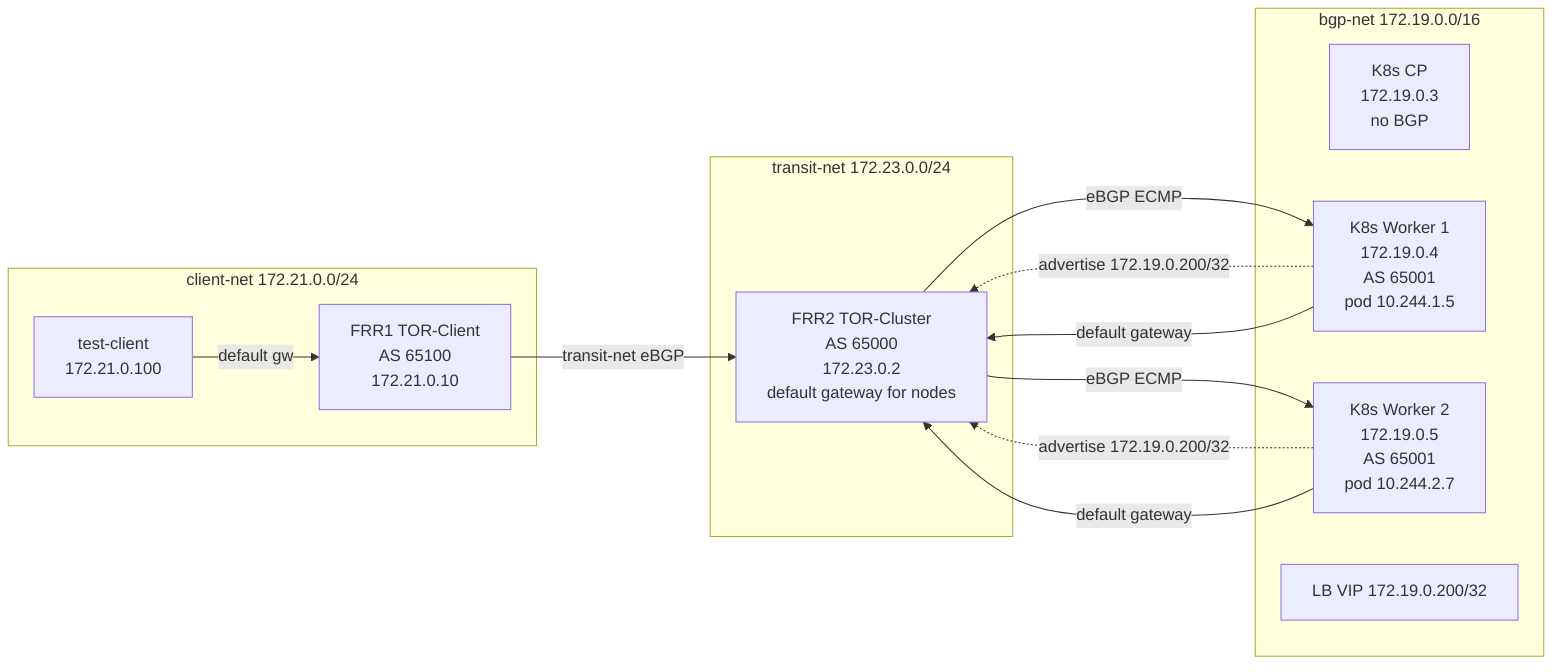
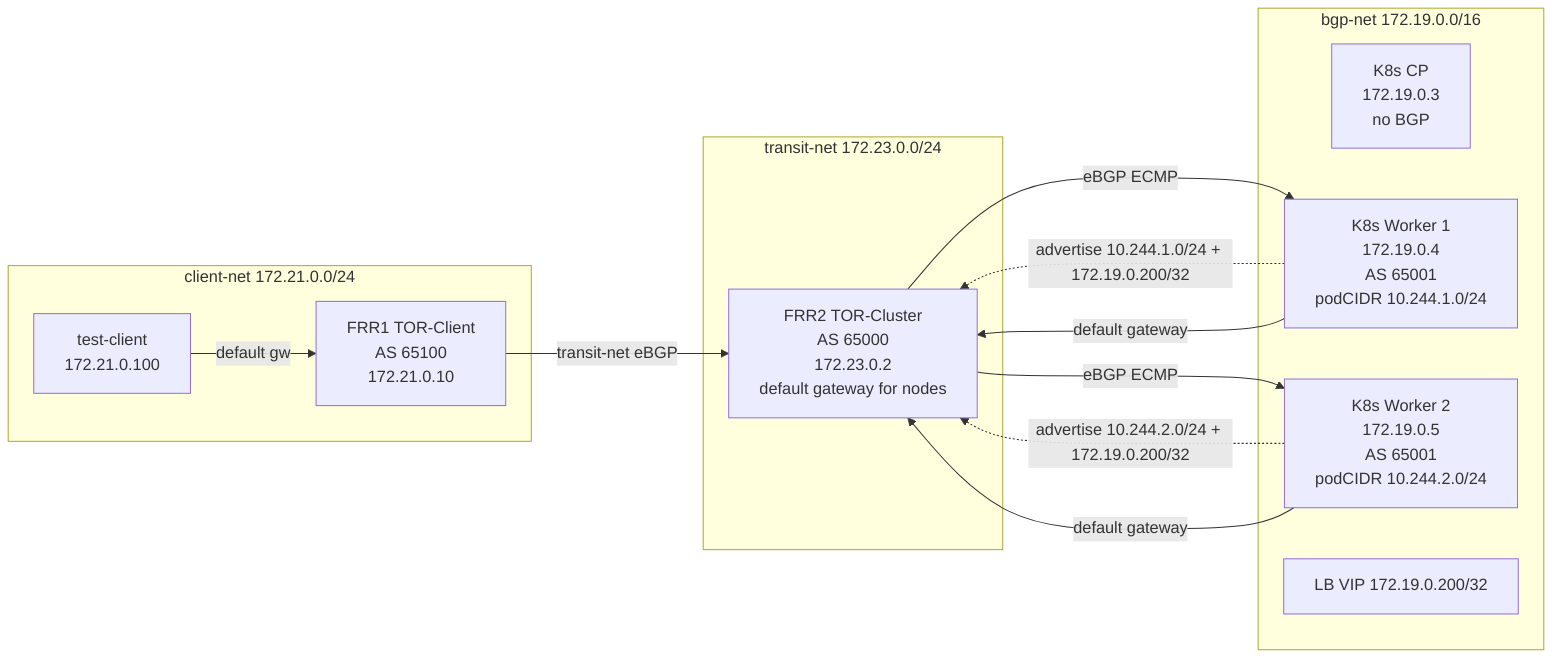
graph LR
    subgraph CN["client-net 172.21.0.0/24"]
        CL[test-client<br/>172.21.0.100] -- default gw --> F1
        F1[FRR1 TOR-Client<br/>AS 65100<br/>172.21.0.10]
    end
    F1 -->|transit-net eBGP| F2
    subgraph TN["transit-net 172.23.0.0/24"]
        F2[FRR2 TOR-Cluster<br/>AS 65000<br/>172.23.0.2<br/>default gateway for nodes]
    end
    subgraph BN["bgp-net 172.19.0.0/16"]
        F2
        CP[K8s CP<br/>172.19.0.3<br/>no BGP]
-         WK[K8s Worker 1<br/>172.19.0.4<br/>AS 65001<br/>pod 10.244.1.5]
-         WK2[K8s Worker 2<br/>172.19.0.5<br/>AS 65001<br/>pod 10.244.2.7]
+         WK[K8s Worker 1<br/>172.19.0.4<br/>AS 65001<br/>podCIDR 10.244.1.0/24]
+         WK2[K8s Worker 2<br/>172.19.0.5<br/>AS 65001<br/>podCIDR 10.244.2.0/24]
        LB[LB VIP 172.19.0.200/32]
    end
    F2 -->|eBGP ECMP| WK
    F2 -->|eBGP ECMP| WK2
-     WK -.->|advertise 172.19.0.200/32| F2
-     WK2 -.->|advertise 172.19.0.200/32| F2
+     WK -.->|advertise 10.244.1.0/24 + 172.19.0.200/32| F2
+     WK2 -.->|advertise 10.244.2.0/24 + 172.19.0.200/32| F2
    WK -->|default gateway| F2
    WK2 -->|default gateway| F2
